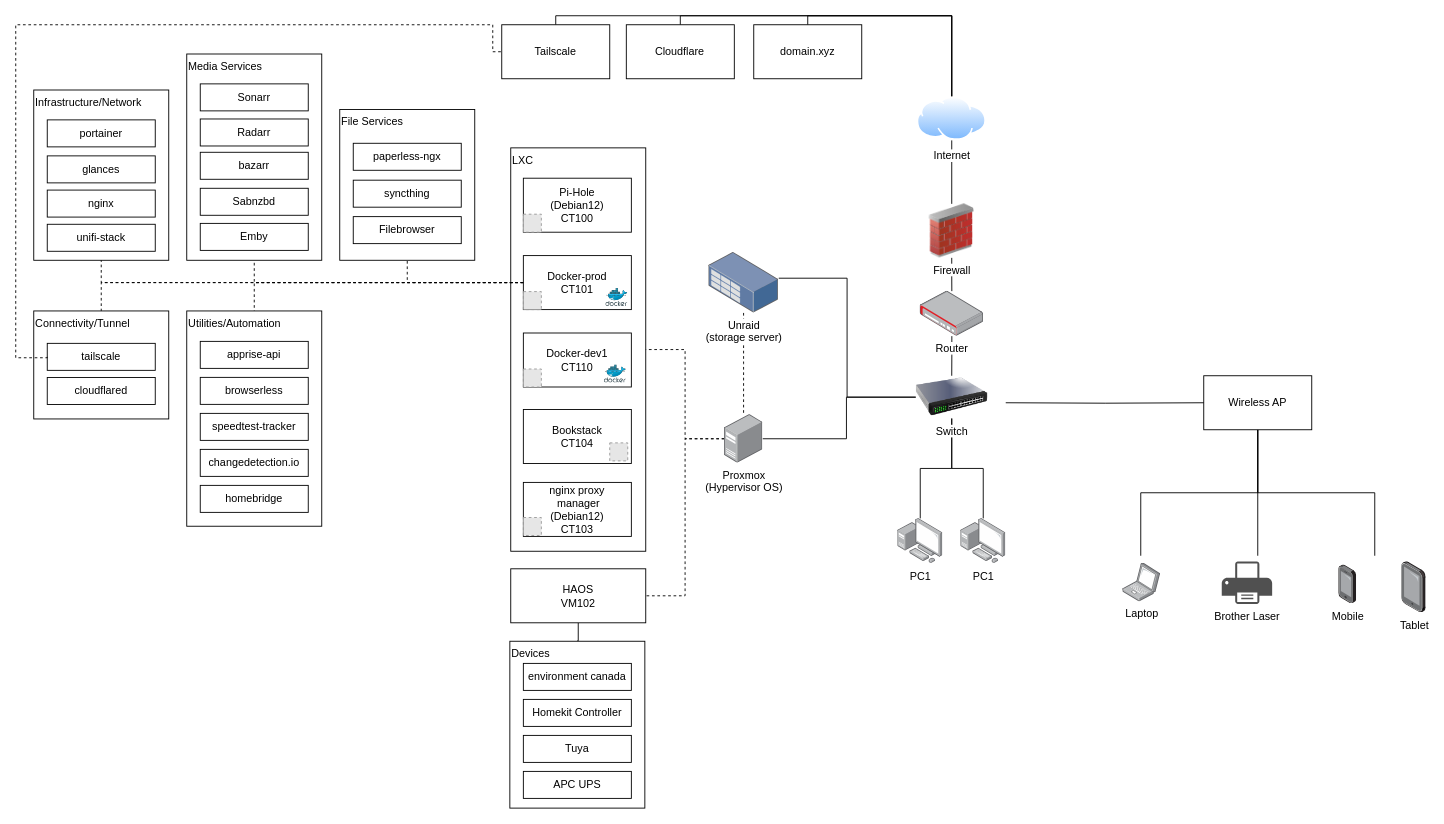
This is 92king_homelab.drawio from danieljai/homelab, a draw.io file, before an edit. Source tidied: cells renumbered, new cells numbered last; positions are measured from the earlier drawing's top-left corner, leaving out a move shared by most shapes. Both pictures are drawn from the tidied source at 90%, with x=0, y=0 at pixel (15, 15). Pictures stored in the file or linked from it are replaced by grey dashed boxes.
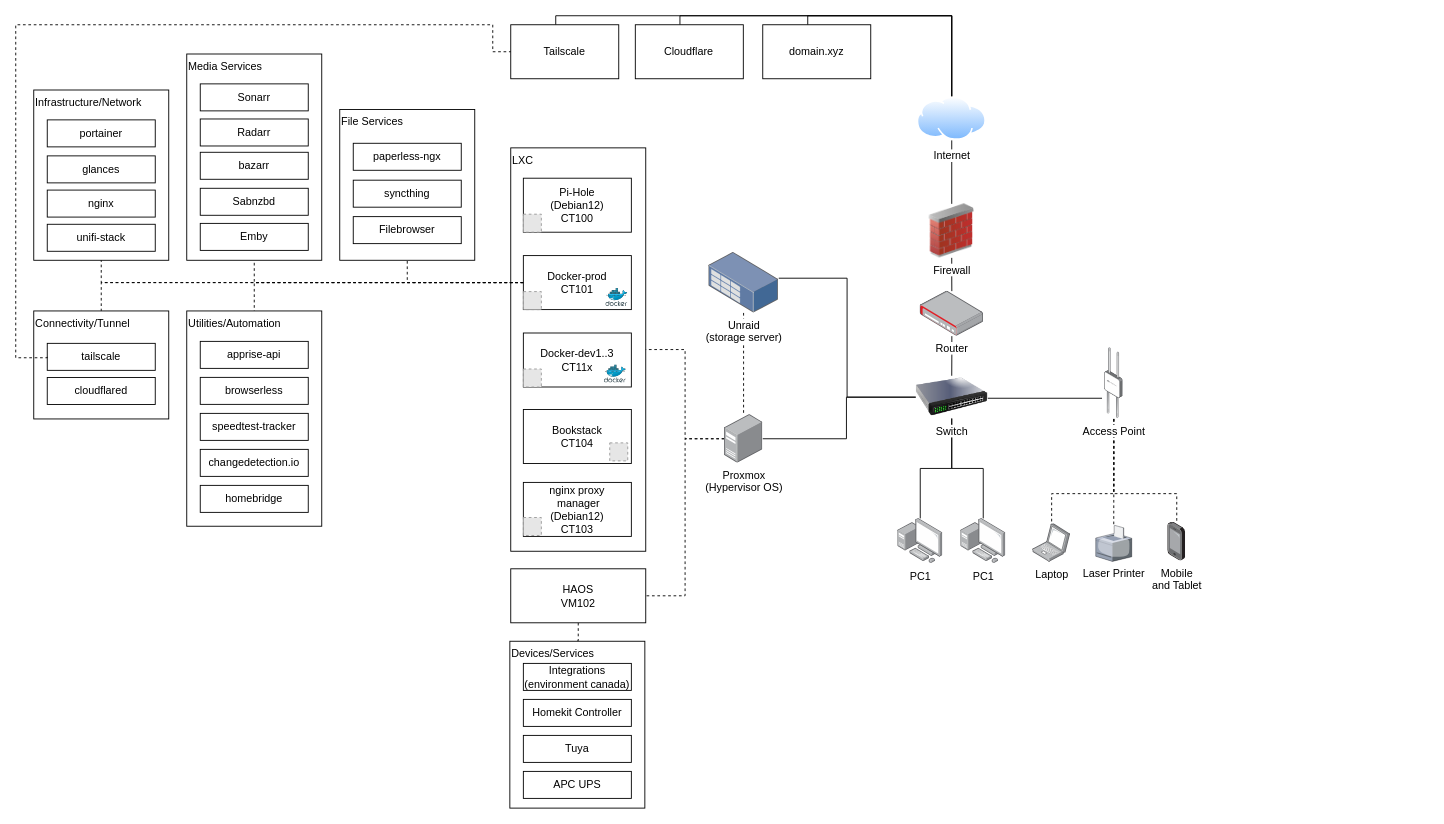
The same page after the edit.

Unchanged cells that the change refers to:
```xml
<mxCell id="15" value="HAOS&lt;div&gt;VM102&lt;/div&gt;" style="rounded=0;whiteSpace=wrap;html=1;" parent="1" vertex="1">
  <mxGeometry x="550" y="614.5" width="150" height="60" as="geometry" />
</mxCell>
<mxCell id="34" value="Switch" style="image;html=1;image=img/lib/clip_art/networking/Switch_128x128.png;" parent="1" vertex="1">
  <mxGeometry x="1000" y="400" width="80" height="47.5" as="geometry" />
</mxCell>
<mxCell id="84" style="group;" parent="1" vertex="1">
  <mxGeometry x="549" y="695" width="150" height="185.4" as="geometry" />
</mxCell>
```

What changed in the source:
```diff
@@
-    <mxCell id="3" style="edgeStyle=orthogonalEdgeStyle;rounded=0;jettySize=auto;html=1;endArrow=none;endFill=0;" parent="1" edge="1" source="6">
-      <mxGeometry relative="1" as="geometry">
-        <mxPoint x="1250" y="600" as="targetPoint" />
-        <Array as="points">
-          <mxPoint x="1380" y="530" />
-          <mxPoint x="1250" y="530" />
-        </Array>
-      </mxGeometry>
-    </mxCell>
-    <mxCell id="4" style="edgeStyle=orthogonalEdgeStyle;rounded=0;jettySize=auto;html=1;endArrow=none;endFill=0;" parent="1" edge="1" source="6">
-      <mxGeometry relative="1" as="geometry">
-        <mxPoint x="1380" y="600" as="targetPoint" />
-      </mxGeometry>
-    </mxCell>
-    <mxCell id="5" style="edgeStyle=orthogonalEdgeStyle;rounded=0;jettySize=auto;html=1;endArrow=none;endFill=0;" parent="1" edge="1" source="6">
-      <mxGeometry relative="1" as="geometry">
-        <mxPoint x="1510" y="600" as="targetPoint" />
-        <Array as="points">
-          <mxPoint x="1380" y="530" />
-          <mxPoint x="1510" y="530" />
-        </Array>
-      </mxGeometry>
-    </mxCell>
-    <mxCell id="6" value="Wireless AP" style="rounded=0;whiteSpace=wrap;html=1;" parent="1" vertex="1">
-      <mxGeometry x="1320" y="400" width="120" height="60" as="geometry" />
-    </mxCell>
-    <mxCell id="7" style="rounded=0;jettySize=auto;html=1;edgeStyle=orthogonalEdgeStyle;endArrow=none;endFill=0;" parent="1" edge="1" target="6">
-      <mxGeometry relative="1" as="geometry">
-        <mxPoint x="1100" y="430" as="sourcePoint" />
-      </mxGeometry>
-    </mxCell>
-    <mxCell id="8" value="Docker-dev1&lt;div&gt;&lt;div&gt;CT110&lt;/div&gt;&lt;/div&gt;" style="rounded=0;whiteSpace=wrap;html=1;" parent="1" vertex="1">
+    <mxCell id="8" value="Docker-dev1..3&lt;div&gt;&lt;div&gt;CT11x&lt;/div&gt;&lt;/div&gt;" style="rounded=0;whiteSpace=wrap;html=1;" parent="1" vertex="1">
       <mxGeometry x="564" y="352.5" width="120" height="60" as="geometry" />
     </mxCell>
@@
-    <mxCell id="14" style="edgeStyle=orthogonalEdgeStyle;rounded=0;jettySize=auto;html=1;entryX=0.5;entryY=0;entryDx=0;entryDy=0;endArrow=none;startFill=0;" parent="1" edge="1" source="15" target="85">
+    <mxCell id="14" style="edgeStyle=orthogonalEdgeStyle;rounded=0;jettySize=auto;html=1;entryX=0.5;entryY=0;entryDx=0;entryDy=0;endArrow=none;startFill=0;dashed=1;" parent="1" edge="1" source="15" target="85">
       <mxGeometry relative="1" as="geometry" />
     </mxCell>
@@
     <mxCell id="20" value="Cloudflare" style="rounded=0;whiteSpace=wrap;html=1;" parent="1" vertex="1">
-      <mxGeometry x="678.4" y="10" width="120" height="60" as="geometry" />
+      <mxGeometry x="688.4" y="10" width="120" height="60" as="geometry" />
     </mxCell>
@@
     <mxCell id="22" value="Tailscale" style="rounded=0;whiteSpace=wrap;html=1;" parent="1" vertex="1">
-      <mxGeometry x="540" y="10" width="120" height="60" as="geometry" />
+      <mxGeometry x="550" y="10" width="120" height="60" as="geometry" />
     </mxCell>
@@
     <mxCell id="24" value="domain.xyz" style="rounded=0;whiteSpace=wrap;html=1;" parent="1" vertex="1">
-      <mxGeometry x="820" y="10" width="120" height="60" as="geometry" />
+      <mxGeometry x="830" y="10" width="120" height="60" as="geometry" />
     </mxCell>
@@
-    <mxCell id="36" value="Brother Laser" style="sketch=0;shadow=0;dashed=0;html=1;strokeColor=none;fillColor=#505050;labelPosition=center;verticalLabelPosition=bottom;verticalAlign=top;align=center;shape=mxgraph.office.devices.printer;" parent="1" vertex="1">
-      <mxGeometry x="1340" y="606.5" width="56" height="47" as="geometry" />
-    </mxCell>
@@
     <mxCell id="75" value="Laptop" style="image;points=[];html=1;align=center;shadow=0;dashed=0;image=img/lib/allied_telesis/computer_and_terminals/Laptop.svg;" parent="1" vertex="1">
-      <mxGeometry x="1230" y="608.5" width="42" height="42.6" as="geometry" />
+      <mxGeometry x="1130" y="564.5" width="42" height="42.6" as="geometry" />
     </mxCell>
-    <mxCell id="76" value="Mobile" style="image;points=[];html=1;align=center;shadow=0;dashed=0;image=img/lib/allied_telesis/computer_and_terminals/Smartphone.svg;" parent="1" vertex="1">
-      <mxGeometry x="1470" y="610.3" width="19.8" height="43.2" as="geometry" />
+    <mxCell id="76" value="Mobile&lt;div&gt;and Tablet&lt;/div&gt;" style="image;points=[];html=1;align=center;shadow=0;dashed=0;image=img/lib/allied_telesis/computer_and_terminals/Smartphone.svg;" parent="1" vertex="1">
+      <mxGeometry x="1280" y="562.5" width="19.8" height="43.2" as="geometry" />
     </mxCell>
-    <mxCell id="77" value="Tablet" style="image;html=1;align=center;shadow=0;dashed=0;image=img/lib/allied_telesis/computer_and_terminals/Tablet.svg;" parent="1" vertex="1">
-      <mxGeometry x="1540" y="606.5" width="27" height="57" as="geometry" />
-    </mxCell>
@@
-    <mxCell id="85" value="Devices" style="rounded=0;whiteSpace=wrap;html=1;align=left;verticalAlign=top;" parent="84" vertex="1">
+    <mxCell id="85" value="Devices/Services" style="rounded=0;whiteSpace=wrap;html=1;align=left;verticalAlign=top;" parent="84" vertex="1">
       <mxGeometry width="150" height="185.4" as="geometry" />
     </mxCell>
@@
-    <mxCell id="89" value="environment canada" style="rounded=0;whiteSpace=wrap;html=1;" parent="84" vertex="1">
+    <mxCell id="89" value="Integrations&lt;div&gt;(environment canada)&lt;/div&gt;" style="rounded=0;whiteSpace=wrap;html=1;" parent="84" vertex="1">
       <mxGeometry x="15" y="24.6" width="120" height="30" as="geometry" />
     </mxCell>
@@
+    <mxCell id="91" value="Laser Printer" style="verticalLabelPosition=bottom;sketch=0;html=1;verticalAlign=top;strokeColor=none;align=center;outlineConnect=0;shape=mxgraph.citrix.printer;" parent="1" vertex="1">
+      <mxGeometry x="1200" y="566.3" width="40" height="40" as="geometry" />
+    </mxCell>
+    <mxCell id="92" style="edgeStyle=orthogonalEdgeStyle;rounded=0;jettySize=auto;html=1;dashed=1;endArrow=none;startFill=0;" parent="1" edge="1" source="95" target="75">
+      <mxGeometry relative="1" as="geometry">
+        <Array as="points">
+          <mxPoint x="1220" y="531" />
+          <mxPoint x="1151" y="531" />
+        </Array>
+      </mxGeometry>
+    </mxCell>
+    <mxCell id="93" style="edgeStyle=orthogonalEdgeStyle;rounded=0;jettySize=auto;html=1;dashed=1;endArrow=none;startFill=0;" parent="1" edge="1" source="95" target="76">
+      <mxGeometry relative="1" as="geometry">
+        <Array as="points">
+          <mxPoint x="1220" y="531" />
+          <mxPoint x="1290" y="531" />
+        </Array>
+      </mxGeometry>
+    </mxCell>
+    <mxCell id="94" style="edgeStyle=orthogonalEdgeStyle;rounded=0;jettySize=auto;html=1;dashed=1;endArrow=none;startFill=0;" parent="1" edge="1" source="95" target="91">
+      <mxGeometry relative="1" as="geometry" />
+    </mxCell>
+    <mxCell id="95" value="Access Point" style="image;points=[];html=1;align=center;shadow=0;dashed=0;image=img/lib/allied_telesis/wireless/Access_Point_Outdoor.svg;" parent="1" vertex="1">
+      <mxGeometry x="1209.8" y="369" width="20.5" height="79" as="geometry" />
+    </mxCell>
+    <mxCell id="96" style="edgeStyle=elbowEdgeStyle;rounded=0;jettySize=auto;elbow=vertical;html=1;entryX=-0.138;entryY=0.706;entryDx=0;entryDy=0;entryPerimeter=0;endArrow=none;startFill=0;" parent="1" edge="1" source="34" target="95">
+      <mxGeometry relative="1" as="geometry" />
+    </mxCell>
```
